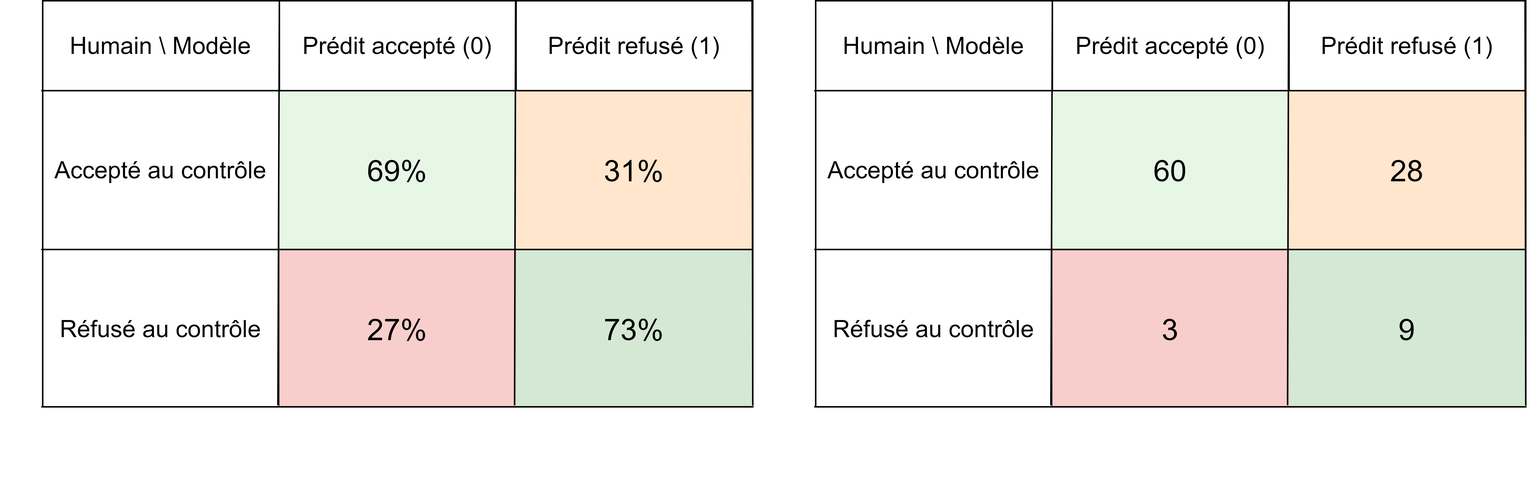
Above: images/matrice_dual.png in Eterneaprog/Wiesbaden23 (draw.io), before the change. Source tidied: cells renumbered, new cells last; positions are measured from the earlier drawing's top-left corner, leaving out a move shared by most shapes.
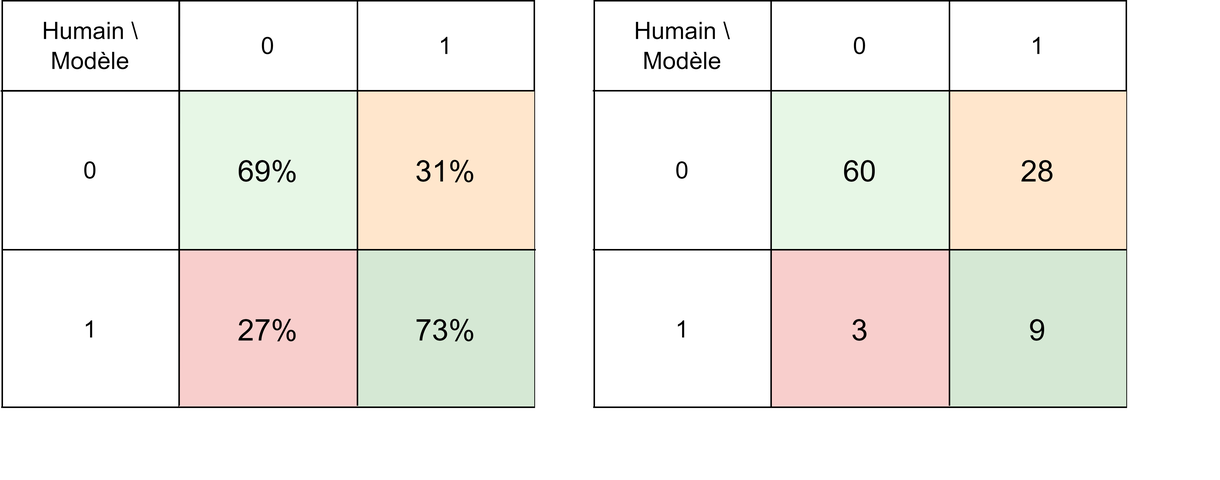
The same file after the commit.

Diff of the diagram source:
```diff
@@ -3,150 +3,141 @@
     <mxCell id="0" />
     <mxCell id="1" parent="0" />
     <mxCell id="2" style="shape=table;startSize=0;fontSize=16;" parent="1" vertex="1">
-      <mxGeometry x="28" width="474" height="271" as="geometry" />
+      <mxGeometry x="28" width="355" height="271" as="geometry" />
     </mxCell>
     <mxCell id="3" style="shape=tableRow;horizontal=0;startSize=0;swimlaneHead=0;swimlaneBody=0;strokeColor=inherit;top=0;left=0;bottom=0;right=0;fillColor=none;points=[[0,0.5],[1,0.5]];portConstraint=eastwest;fontSize=16;" parent="2" vertex="1">
-      <mxGeometry width="474" height="60" as="geometry" />
+      <mxGeometry width="355" height="60" as="geometry" />
     </mxCell>
     <mxCell id="4" value="Humain \ Modèle" style="shape=partialRectangle;html=1;whiteSpace=wrap;strokeColor=inherit;overflow=hidden;fillColor=none;top=0;left=0;bottom=0;right=0;fontSize=16;" parent="3" vertex="1">
-      <mxGeometry width="158" height="60" as="geometry" />
+      <mxGeometry width="118" height="60" as="geometry" />
     </mxCell>
-    <mxCell id="5" value="Prédit accepté (0)" style="shape=partialRectangle;html=1;whiteSpace=wrap;strokeColor=inherit;overflow=hidden;fillColor=none;top=0;left=0;bottom=0;right=0;fontSize=16;" parent="3" vertex="1">
-      <mxGeometry x="158" width="158" height="60" as="geometry" />
+    <mxCell id="5" value="0" style="shape=partialRectangle;html=1;whiteSpace=wrap;strokeColor=inherit;overflow=hidden;fillColor=none;top=0;left=0;bottom=0;right=0;fontSize=16;" parent="3" vertex="1">
+      <mxGeometry x="118" width="119" height="60" as="geometry" />
     </mxCell>
-    <mxCell id="6" value="Prédit refusé (1)" style="shape=partialRectangle;html=1;whiteSpace=wrap;strokeColor=inherit;overflow=hidden;fillColor=none;top=0;left=0;bottom=0;right=0;fontSize=16;" parent="3" vertex="1">
-      <mxGeometry x="316" width="158" height="60" as="geometry" />
+    <mxCell id="6" value="1" style="shape=partialRectangle;html=1;whiteSpace=wrap;strokeColor=inherit;overflow=hidden;fillColor=none;top=0;left=0;bottom=0;right=0;fontSize=16;" parent="3" vertex="1">
+      <mxGeometry x="237" width="118" height="60" as="geometry" />
     </mxCell>
     <mxCell id="7" style="shape=tableRow;horizontal=0;startSize=0;swimlaneHead=0;swimlaneBody=0;strokeColor=inherit;top=0;left=0;bottom=0;right=0;fillColor=none;fontSize=16;" parent="2" vertex="1">
-      <mxGeometry y="60" width="474" height="106" as="geometry" />
+      <mxGeometry y="60" width="355" height="106" as="geometry" />
     </mxCell>
-    <mxCell id="8" value="Accepté au contrôle" style="shape=partialRectangle;html=1;whiteSpace=wrap;strokeColor=inherit;overflow=hidden;fillColor=none;top=0;left=0;bottom=0;right=0;fontSize=16;" parent="7" vertex="1">
-      <mxGeometry width="158" height="106" as="geometry" />
+    <mxCell id="8" value="0" style="shape=partialRectangle;html=1;whiteSpace=wrap;strokeColor=inherit;overflow=hidden;fillColor=none;top=0;left=0;bottom=0;right=0;fontSize=16;" parent="7" vertex="1">
+      <mxGeometry width="118" height="106" as="geometry" />
     </mxCell>
     <mxCell id="9" value="69%" style="shape=partialRectangle;html=1;whiteSpace=wrap;strokeColor=#000000;overflow=hidden;fillColor=#E7F7E6;top=0;left=0;bottom=0;right=0;fontSize=20;strokeWidth=3;" parent="7" vertex="1">
-      <mxGeometry x="158" width="158" height="106" as="geometry" />
+      <mxGeometry x="118" width="119" height="106" as="geometry" />
     </mxCell>
     <mxCell id="10" value="31%" style="shape=partialRectangle;html=1;whiteSpace=wrap;strokeColor=#000000;overflow=hidden;fillColor=#ffe6cc;top=0;left=0;bottom=0;right=0;fontSize=20;strokeWidth=3;" parent="7" vertex="1">
-      <mxGeometry x="316" width="158" height="106" as="geometry" />
+      <mxGeometry x="237" width="118" height="106" as="geometry" />
     </mxCell>
     <mxCell id="11" style="shape=tableRow;horizontal=0;startSize=0;swimlaneHead=0;swimlaneBody=0;strokeColor=inherit;top=0;left=0;bottom=0;right=0;fillColor=none;points=[[0,0.5],[1,0.5]];portConstraint=eastwest;fontSize=16;" parent="2" vertex="1">
-      <mxGeometry y="166" width="474" height="105" as="geometry" />
+      <mxGeometry y="166" width="355" height="105" as="geometry" />
     </mxCell>
-    <mxCell id="12" value="Réfusé au contrôle" style="shape=partialRectangle;html=1;whiteSpace=wrap;strokeColor=inherit;overflow=hidden;fillColor=none;top=0;left=0;bottom=0;right=0;fontSize=16;" parent="11" vertex="1">
-      <mxGeometry width="158" height="105" as="geometry" />
+    <mxCell id="12" value="1" style="shape=partialRectangle;html=1;whiteSpace=wrap;strokeColor=inherit;overflow=hidden;fillColor=none;top=0;left=0;bottom=0;right=0;fontSize=16;" parent="11" vertex="1">
+      <mxGeometry width="118" height="105" as="geometry" />
     </mxCell>
     <mxCell id="13" value="27%" style="shape=partialRectangle;html=1;whiteSpace=wrap;strokeColor=#000000;overflow=hidden;fillColor=#f8cecc;top=0;left=0;bottom=0;right=0;fontSize=20;strokeWidth=3;" parent="11" vertex="1">
-      <mxGeometry x="158" width="158" height="105" as="geometry" />
+      <mxGeometry x="118" width="119" height="105" as="geometry" />
     </mxCell>
     <mxCell id="14" value="73%" style="shape=partialRectangle;html=1;whiteSpace=wrap;strokeColor=#000000;overflow=hidden;fillColor=#d5e8d4;top=0;left=0;bottom=0;right=0;fontSize=20;strokeWidth=3;" parent="11" vertex="1">
-      <mxGeometry x="316" width="158" height="105" as="geometry" />
+      <mxGeometry x="237" width="118" height="105" as="geometry" />
     </mxCell>
     <mxCell id="15" style="endArrow=none;html=1;rounded=0;exitX=-0.002;exitY=1;exitDx=0;exitDy=0;exitPerimeter=0;entryX=1;entryY=1;entryDx=0;entryDy=0;" parent="2" edge="1" source="11" target="2">
       <mxGeometry relative="1" as="geometry" />
     </mxCell>
-    <mxCell id="16" style="endArrow=none;html=1;rounded=0;entryX=0.999;entryY=0.002;entryDx=0;entryDy=0;entryPerimeter=0;" parent="1" edge="1" target="3">
-      <mxGeometry relative="1" as="geometry">
-        <mxPoint x="502" y="270" as="sourcePoint" />
-      </mxGeometry>
-    </mxCell>
-    <mxCell id="17" style="endArrow=none;html=1;rounded=0;entryX=0.666;entryY=0.002;entryDx=0;entryDy=0;entryPerimeter=0;" parent="1" edge="1" target="3">
-      <mxGeometry relative="1" as="geometry">
-        <mxPoint x="343" y="270" as="sourcePoint" />
-      </mxGeometry>
-    </mxCell>
-    <mxCell id="18" style="endArrow=none;html=1;rounded=0;exitX=-0.002;exitY=1;exitDx=0;exitDy=0;exitPerimeter=0;entryX=1;entryY=1;entryDx=0;entryDy=0;" parent="1" edge="1">
-      <mxGeometry relative="1" as="geometry">
-        <mxPoint x="27" y="166" as="sourcePoint" />
-        <mxPoint x="502" y="166" as="targetPoint" />
-      </mxGeometry>
-    </mxCell>
-    <mxCell id="19" style="endArrow=none;html=1;rounded=0;exitX=-0.002;exitY=1;exitDx=0;exitDy=0;exitPerimeter=0;entryX=1;entryY=1;entryDx=0;entryDy=0;" parent="1" edge="1">
-      <mxGeometry relative="1" as="geometry">
-        <mxPoint x="27" y="60" as="sourcePoint" />
-        <mxPoint x="502" y="60" as="targetPoint" />
-      </mxGeometry>
-    </mxCell>
-    <mxCell id="20" style="endArrow=none;html=1;rounded=0;entryX=0.666;entryY=0.002;entryDx=0;entryDy=0;entryPerimeter=0;" parent="1" edge="1">
-      <mxGeometry relative="1" as="geometry">
-        <mxPoint x="185" y="270" as="sourcePoint" />
-        <mxPoint x="186" as="targetPoint" />
-      </mxGeometry>
-    </mxCell>
-    <mxCell id="21" style="shape=table;startSize=0;fontSize=16;" parent="1" vertex="1">
-      <mxGeometry x="544" width="474" height="271" as="geometry" />
-    </mxCell>
-    <mxCell id="22" style="shape=tableRow;horizontal=0;startSize=0;swimlaneHead=0;swimlaneBody=0;strokeColor=inherit;top=0;left=0;bottom=0;right=0;fillColor=none;points=[[0,0.5],[1,0.5]];portConstraint=eastwest;fontSize=16;" parent="21" vertex="1">
-      <mxGeometry width="474" height="60" as="geometry" />
-    </mxCell>
+    <mxCell id="42" style="endArrow=none;html=1;rounded=0;exitX=-0.003;exitY=0.001;exitDx=0;exitDy=0;exitPerimeter=0;" parent="2" edge="1">
+      <mxGeometry relative="1" as="geometry">
+        <mxPoint x="-1.1" y="60.1" as="sourcePoint" />
+        <mxPoint x="355" y="60" as="targetPoint" />
+      </mxGeometry>
+    </mxCell>
+    <mxCell id="40" value="Pourcentage par catégorie" style="text;strokeColor=none;fillColor=none;html=1;fontSize=20;fontStyle=1;verticalAlign=middle;align=center;fontColor=#FFFFFF;" parent="1" vertex="1">
+      <mxGeometry x="45.5" y="279" width="320" height="40" as="geometry" />
+    </mxCell>
+    <mxCell id="41" value="&lt;font style=&quot;font-size: 20px;&quot;&gt;Pour 100 exports traités par le système&lt;/font&gt;" style="text;strokeColor=none;fillColor=none;html=1;fontSize=24;fontStyle=1;verticalAlign=middle;align=center;fontColor=#FFFFFF;" parent="1" vertex="1">
+      <mxGeometry x="361" y="279" width="479" height="40" as="geometry" />
+    </mxCell>
+    <mxCell id="43" style="shape=table;startSize=0;fontSize=16;" parent="1" vertex="1">
+      <mxGeometry x="423" width="355" height="271" as="geometry" />
+    </mxCell>
+    <mxCell id="44" style="shape=tableRow;horizontal=0;startSize=0;swimlaneHead=0;swimlaneBody=0;strokeColor=inherit;top=0;left=0;bottom=0;right=0;fillColor=none;fontSize=16;" parent="43" vertex="1">
+      <mxGeometry width="355" height="60" as="geometry" />
+    </mxCell>
-    <mxCell id="23" value="Humain \ Modèle" style="shape=partialRectangle;html=1;whiteSpace=wrap;strokeColor=inherit;overflow=hidden;fillColor=none;top=0;left=0;bottom=0;right=0;fontSize=16;" parent="22" vertex="1">
-      <mxGeometry width="158" height="60" as="geometry" />
+    <mxCell id="23" value="Humain \ Modèle" style="shape=partialRectangle;html=1;whiteSpace=wrap;strokeColor=inherit;overflow=hidden;fillColor=none;top=0;left=0;bottom=0;right=0;fontSize=16;" parent="44" vertex="1">
+      <mxGeometry width="118" height="60" as="geometry" />
     </mxCell>
-    <mxCell id="24" value="Prédit accepté (0)" style="shape=partialRectangle;html=1;whiteSpace=wrap;strokeColor=inherit;overflow=hidden;fillColor=none;top=0;left=0;bottom=0;right=0;fontSize=16;" parent="22" vertex="1">
-      <mxGeometry x="158" width="158" height="60" as="geometry" />
-    </mxCell>
-    <mxCell id="25" value="Prédit refusé (1)" style="shape=partialRectangle;html=1;whiteSpace=wrap;strokeColor=inherit;overflow=hidden;fillColor=none;top=0;left=0;bottom=0;right=0;fontSize=16;" parent="22" vertex="1">
-      <mxGeometry x="316" width="158" height="60" as="geometry" />
-    </mxCell>
-    <mxCell id="26" style="shape=tableRow;horizontal=0;startSize=0;swimlaneHead=0;swimlaneBody=0;strokeColor=inherit;top=0;left=0;bottom=0;right=0;fillColor=none;fontSize=16;" parent="21" vertex="1">
-      <mxGeometry y="60" width="474" height="106" as="geometry" />
-    </mxCell>
-    <mxCell id="27" value="Accepté au contrôle" style="shape=partialRectangle;html=1;whiteSpace=wrap;strokeColor=inherit;overflow=hidden;fillColor=none;top=0;left=0;bottom=0;right=0;fontSize=16;" parent="26" vertex="1">
-      <mxGeometry width="158" height="106" as="geometry" />
-    </mxCell>
+    <mxCell id="45" value="0" style="shape=partialRectangle;html=1;whiteSpace=wrap;strokeColor=inherit;overflow=hidden;fillColor=none;top=0;left=0;bottom=0;right=0;fontSize=16;" parent="44" vertex="1">
+      <mxGeometry x="118" width="119" height="60" as="geometry" />
+    </mxCell>
+    <mxCell id="46" value="1" style="shape=partialRectangle;html=1;whiteSpace=wrap;strokeColor=inherit;overflow=hidden;fillColor=none;top=0;left=0;bottom=0;right=0;fontSize=16;" parent="44" vertex="1">
+      <mxGeometry x="237" width="118" height="60" as="geometry" />
+    </mxCell>
+    <mxCell id="47" style="shape=tableRow;horizontal=0;startSize=0;swimlaneHead=0;swimlaneBody=0;strokeColor=inherit;top=0;left=0;bottom=0;right=0;fillColor=none;fontSize=16;" parent="43" vertex="1">
+      <mxGeometry y="60" width="355" height="106" as="geometry" />
+    </mxCell>
+    <mxCell id="48" value="0" style="shape=partialRectangle;html=1;whiteSpace=wrap;strokeColor=inherit;overflow=hidden;fillColor=none;top=0;left=0;bottom=0;right=0;fontSize=16;" parent="47" vertex="1">
+      <mxGeometry width="118" height="106" as="geometry" />
+    </mxCell>
-    <mxCell id="28" value="60" style="shape=partialRectangle;html=1;whiteSpace=wrap;strokeColor=#000000;overflow=hidden;fillColor=#E7F7E6;top=0;left=0;bottom=0;right=0;fontSize=20;strokeWidth=3;" parent="26" vertex="1">
-      <mxGeometry x="158" width="158" height="106" as="geometry" />
+    <mxCell id="28" value="60" style="shape=partialRectangle;html=1;whiteSpace=wrap;strokeColor=#000000;overflow=hidden;fillColor=#E7F7E6;top=0;left=0;bottom=0;right=0;fontSize=20;strokeWidth=3;" parent="47" vertex="1">
+      <mxGeometry x="118" width="119" height="106" as="geometry" />
     </mxCell>
-    <mxCell id="29" value="28" style="shape=partialRectangle;html=1;whiteSpace=wrap;strokeColor=#000000;overflow=hidden;fillColor=#ffe6cc;top=0;left=0;bottom=0;right=0;fontSize=20;strokeWidth=3;" parent="26" vertex="1">
-      <mxGeometry x="316" width="158" height="106" as="geometry" />
+    <mxCell id="29" value="28" style="shape=partialRectangle;html=1;whiteSpace=wrap;strokeColor=#000000;overflow=hidden;fillColor=#ffe6cc;top=0;left=0;bottom=0;right=0;fontSize=20;strokeWidth=3;" parent="47" vertex="1">
+      <mxGeometry x="237" width="118" height="106" as="geometry" />
     </mxCell>
-    <mxCell id="30" style="shape=tableRow;horizontal=0;startSize=0;swimlaneHead=0;swimlaneBody=0;strokeColor=inherit;top=0;left=0;bottom=0;right=0;fillColor=none;points=[[0,0.5],[1,0.5]];portConstraint=eastwest;fontSize=16;" parent="21" vertex="1">
-      <mxGeometry y="166" width="474" height="105" as="geometry" />
-    </mxCell>
-    <mxCell id="31" value="Réfusé au contrôle" style="shape=partialRectangle;html=1;whiteSpace=wrap;strokeColor=inherit;overflow=hidden;fillColor=none;top=0;left=0;bottom=0;right=0;fontSize=16;" parent="30" vertex="1">
-      <mxGeometry width="158" height="105" as="geometry" />
-    </mxCell>
+    <mxCell id="49" style="shape=tableRow;horizontal=0;startSize=0;swimlaneHead=0;swimlaneBody=0;strokeColor=inherit;top=0;left=0;bottom=0;right=0;fillColor=none;points=[[0,0.5],[1,0.5]];portConstraint=eastwest;fontSize=16;" parent="43" vertex="1">
+      <mxGeometry y="166" width="355" height="105" as="geometry" />
+    </mxCell>
+    <mxCell id="50" value="1" style="shape=partialRectangle;html=1;whiteSpace=wrap;strokeColor=inherit;overflow=hidden;fillColor=none;top=0;left=0;bottom=0;right=0;fontSize=16;" parent="49" vertex="1">
+      <mxGeometry width="118" height="105" as="geometry" />
+    </mxCell>
-    <mxCell id="32" value="3" style="shape=partialRectangle;html=1;whiteSpace=wrap;strokeColor=#000000;overflow=hidden;fillColor=#f8cecc;top=0;left=0;bottom=0;right=0;fontSize=20;strokeWidth=3;" parent="30" vertex="1">
-      <mxGeometry x="158" width="158" height="105" as="geometry" />
+    <mxCell id="32" value="3" style="shape=partialRectangle;html=1;whiteSpace=wrap;strokeColor=#000000;overflow=hidden;fillColor=#f8cecc;top=0;left=0;bottom=0;right=0;fontSize=20;strokeWidth=3;" parent="49" vertex="1">
+      <mxGeometry x="118" width="119" height="105" as="geometry" />
     </mxCell>
-    <mxCell id="33" value="9" style="shape=partialRectangle;html=1;whiteSpace=wrap;strokeColor=#000000;overflow=hidden;fillColor=#d5e8d4;top=0;left=0;bottom=0;right=0;fontSize=20;strokeWidth=3;" parent="30" vertex="1">
-      <mxGeometry x="316" width="158" height="105" as="geometry" />
+    <mxCell id="33" value="9" style="shape=partialRectangle;html=1;whiteSpace=wrap;strokeColor=#000000;overflow=hidden;fillColor=#d5e8d4;top=0;left=0;bottom=0;right=0;fontSize=20;strokeWidth=3;" parent="49" vertex="1">
+      <mxGeometry x="237" width="118" height="105" as="geometry" />
     </mxCell>
-    <mxCell id="34" style="endArrow=none;html=1;rounded=0;exitX=-0.002;exitY=1;exitDx=0;exitDy=0;exitPerimeter=0;entryX=1;entryY=1;entryDx=0;entryDy=0;" parent="21" edge="1" source="30" target="21">
-      <mxGeometry relative="1" as="geometry" />
-    </mxCell>
-    <mxCell id="35" style="endArrow=none;html=1;rounded=0;entryX=0.999;entryY=0.002;entryDx=0;entryDy=0;entryPerimeter=0;" parent="1" edge="1" target="22">
-      <mxGeometry relative="1" as="geometry">
-        <mxPoint x="1018" y="270" as="sourcePoint" />
-      </mxGeometry>
-    </mxCell>
-    <mxCell id="36" style="endArrow=none;html=1;rounded=0;entryX=0.666;entryY=0.002;entryDx=0;entryDy=0;entryPerimeter=0;" parent="1" edge="1" target="22">
-      <mxGeometry relative="1" as="geometry">
-        <mxPoint x="859" y="270" as="sourcePoint" />
-      </mxGeometry>
-    </mxCell>
-    <mxCell id="37" style="endArrow=none;html=1;rounded=0;exitX=-0.002;exitY=1;exitDx=0;exitDy=0;exitPerimeter=0;entryX=1;entryY=1;entryDx=0;entryDy=0;" parent="1" edge="1">
-      <mxGeometry relative="1" as="geometry">
-        <mxPoint x="543" y="166" as="sourcePoint" />
-        <mxPoint x="1018" y="166" as="targetPoint" />
-      </mxGeometry>
-    </mxCell>
-    <mxCell id="38" style="endArrow=none;html=1;rounded=0;exitX=-0.002;exitY=1;exitDx=0;exitDy=0;exitPerimeter=0;entryX=1;entryY=1;entryDx=0;entryDy=0;" parent="1" edge="1">
-      <mxGeometry relative="1" as="geometry">
-        <mxPoint x="543" y="60" as="sourcePoint" />
-        <mxPoint x="1018" y="60" as="targetPoint" />
-      </mxGeometry>
-    </mxCell>
-    <mxCell id="39" style="endArrow=none;html=1;rounded=0;entryX=0.666;entryY=0.002;entryDx=0;entryDy=0;entryPerimeter=0;" parent="1" edge="1">
-      <mxGeometry relative="1" as="geometry">
-        <mxPoint x="701" y="270" as="sourcePoint" />
-        <mxPoint x="702" as="targetPoint" />
-      </mxGeometry>
-    </mxCell>
-    <mxCell id="40" value="Pourcentage par catégorie" style="text;strokeColor=none;fillColor=none;html=1;fontSize=24;fontStyle=1;verticalAlign=middle;align=center;fontColor=#FFFFFF;" parent="1" vertex="1">
-      <mxGeometry y="290" width="528" height="40" as="geometry" />
-    </mxCell>
-    <mxCell id="41" value="Pour 100 exports traités par le système" style="text;strokeColor=none;fillColor=none;html=1;fontSize=24;fontStyle=1;verticalAlign=middle;align=center;fontColor=#FFFFFF;" parent="1" vertex="1">
-      <mxGeometry x="544" y="290" width="479" height="40" as="geometry" />
-    </mxCell>
+    <mxCell id="51" style="endArrow=none;html=1;rounded=0;exitX=-0.002;exitY=1;exitDx=0;exitDy=0;exitPerimeter=0;entryX=1;entryY=1;entryDx=0;entryDy=0;" parent="43" edge="1" source="49" target="43">
+      <mxGeometry relative="1" as="geometry" />
+    </mxCell>
+    <mxCell id="52" style="endArrow=none;html=1;rounded=0;entryX=0.333;entryY=0.002;entryDx=0;entryDy=0;entryPerimeter=0;" parent="1" edge="1" target="3">
+      <mxGeometry relative="1" as="geometry">
+        <mxPoint x="146" y="270" as="sourcePoint" />
+      </mxGeometry>
+    </mxCell>
+    <mxCell id="53" style="endArrow=none;html=1;rounded=0;entryX=0.333;entryY=0.002;entryDx=0;entryDy=0;entryPerimeter=0;" parent="1" edge="1">
+      <mxGeometry relative="1" as="geometry">
+        <mxPoint x="265" y="270" as="sourcePoint" />
+        <mxPoint x="265" as="targetPoint" />
+      </mxGeometry>
+    </mxCell>
+    <mxCell id="54" style="endArrow=none;html=1;rounded=0;entryX=0.333;entryY=0.002;entryDx=0;entryDy=0;entryPerimeter=0;" parent="1" edge="1">
+      <mxGeometry relative="1" as="geometry">
+        <mxPoint x="541" y="271" as="sourcePoint" />
+        <mxPoint x="541" y="1" as="targetPoint" />
+      </mxGeometry>
+    </mxCell>
+    <mxCell id="55" style="endArrow=none;html=1;rounded=0;entryX=0.333;entryY=0.002;entryDx=0;entryDy=0;entryPerimeter=0;" parent="1" edge="1">
+      <mxGeometry relative="1" as="geometry">
+        <mxPoint x="660" y="270" as="sourcePoint" />
+        <mxPoint x="660" as="targetPoint" />
+      </mxGeometry>
+    </mxCell>
+    <mxCell id="56" style="endArrow=none;html=1;rounded=0;exitX=-0.003;exitY=0.001;exitDx=0;exitDy=0;exitPerimeter=0;" parent="1" edge="1">
+      <mxGeometry relative="1" as="geometry">
+        <mxPoint x="28" y="166" as="sourcePoint" />
+        <mxPoint x="384" y="166" as="targetPoint" />
+      </mxGeometry>
+    </mxCell>
+    <mxCell id="57" style="endArrow=none;html=1;rounded=0;exitX=-0.003;exitY=0.001;exitDx=0;exitDy=0;exitPerimeter=0;" parent="1" edge="1">
+      <mxGeometry relative="1" as="geometry">
+        <mxPoint x="422" y="166" as="sourcePoint" />
+        <mxPoint x="778" y="166" as="targetPoint" />
+      </mxGeometry>
+    </mxCell>
+    <mxCell id="58" style="endArrow=none;html=1;rounded=0;exitX=-0.003;exitY=0.001;exitDx=0;exitDy=0;exitPerimeter=0;" parent="1" edge="1">
+      <mxGeometry relative="1" as="geometry">
+        <mxPoint x="422" y="60" as="sourcePoint" />
+        <mxPoint x="778" y="60" as="targetPoint" />
+      </mxGeometry>
+    </mxCell>
   </root>
 </mxGraphModel>
```
